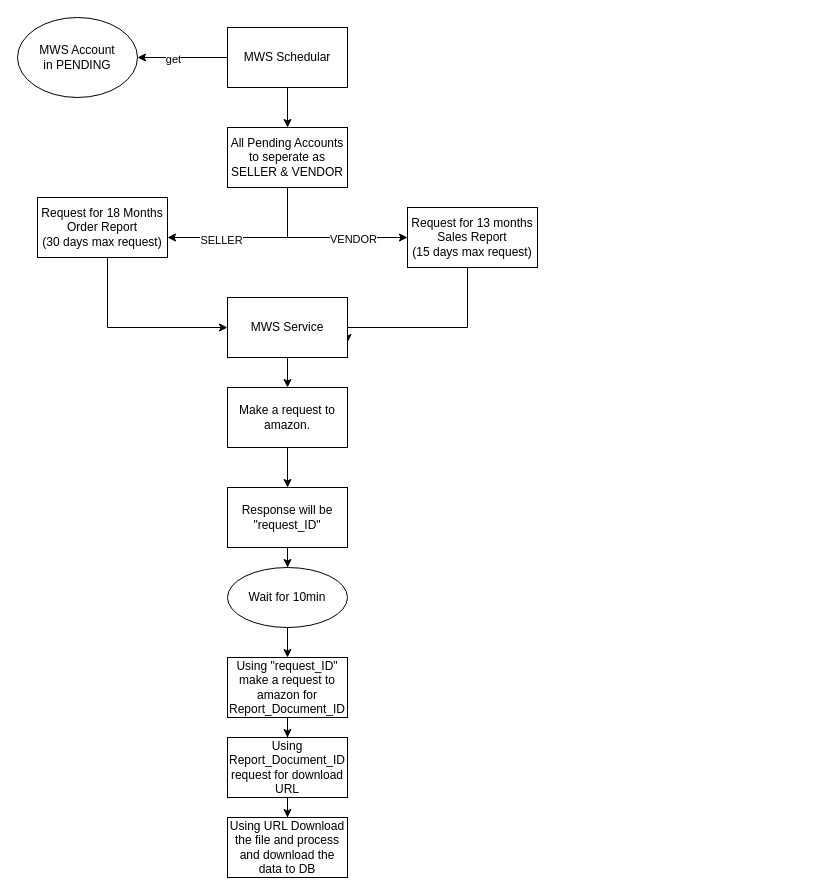
Above: page "Request & Download Report" (3 of 3) of draww/Untitled Diagram.drawio in SharathPrakash/DRAWW.io (draw.io), before the change. Source tidied: cells renumbered, new cells numbered last; positions are measured from the earlier drawing's top-left corner, leaving out a move shared by most shapes. Both pictures are drawn from the tidied source at 100%, with x=0, y=0 at pixel (17, 17).
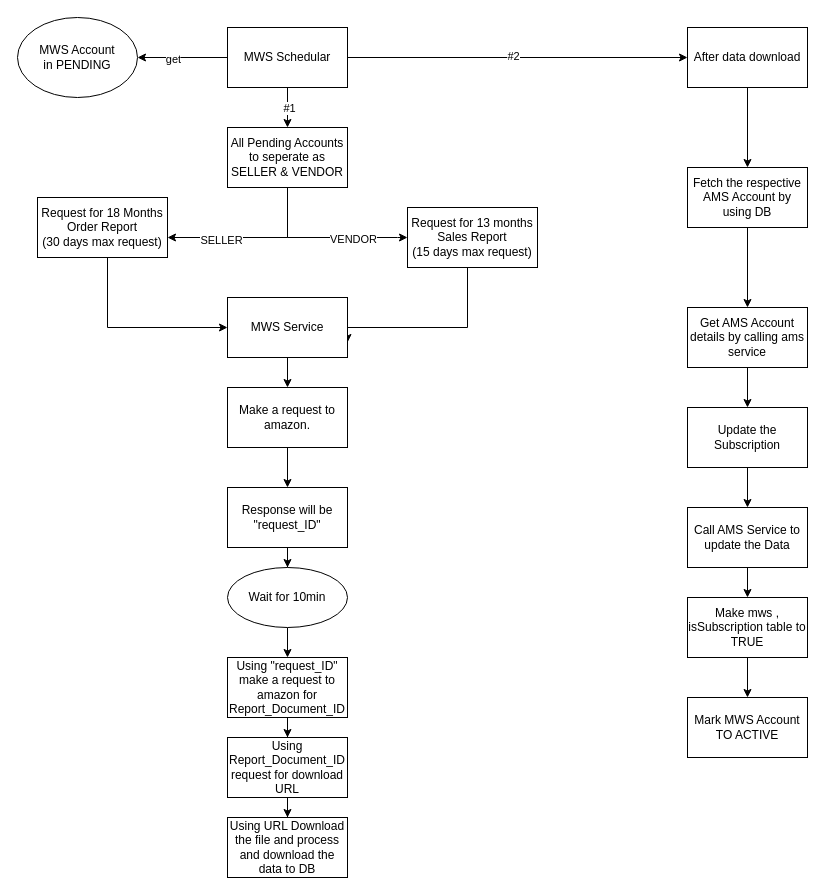
After the change.

The change refers to these unchanged cells:
```xml
<mxCell id="5" style="edgeStyle=orthogonalEdgeStyle;rounded=0;jettySize=auto;html=1;" parent="1" edge="1" source="6" target="11">
  <mxGeometry relative="1" as="geometry" />
</mxCell>
<mxCell id="6" value="MWS Schedular&lt;br&gt;" style="whiteSpace=wrap;html=1;" parent="1" vertex="1">
  <mxGeometry x="210" y="10" width="120" height="60" as="geometry" />
</mxCell>
```

What changed in the source:
```diff
@@
+    <mxCell id="29" value="#1" style="edgeLabel;html=1;align=center;verticalAlign=middle;" parent="5" vertex="1">
+      <mxGeometry y="1" relative="1" as="geometry" />
+    </mxCell>
+    <mxCell id="30" style="edgeStyle=orthogonalEdgeStyle;rounded=0;jettySize=auto;html=1;" parent="1" edge="1" source="6" target="33">
+      <mxGeometry relative="1" as="geometry" />
+    </mxCell>
+    <mxCell id="31" value="#2" style="edgeLabel;html=1;align=center;verticalAlign=middle;" parent="30" vertex="1">
+      <mxGeometry x="-0.03" y="2" relative="1" as="geometry" />
+    </mxCell>
@@
+    <mxCell id="32" style="edgeStyle=orthogonalEdgeStyle;rounded=0;jettySize=auto;html=1;" parent="1" edge="1" source="33" target="35">
+      <mxGeometry relative="1" as="geometry" />
+    </mxCell>
+    <mxCell id="33" value="After data download" style="whiteSpace=wrap;html=1;" parent="1" vertex="1">
+      <mxGeometry x="670" y="10" width="120" height="60" as="geometry" />
+    </mxCell>
+    <mxCell id="34" style="edgeStyle=orthogonalEdgeStyle;rounded=0;jettySize=auto;html=1;" parent="1" edge="1" source="35" target="37">
+      <mxGeometry relative="1" as="geometry" />
+    </mxCell>
+    <mxCell id="35" value="Fetch the respective AMS Account by using DB" style="whiteSpace=wrap;html=1;" parent="1" vertex="1">
+      <mxGeometry x="670" y="150" width="120" height="60" as="geometry" />
+    </mxCell>
+    <mxCell id="36" style="edgeStyle=orthogonalEdgeStyle;rounded=0;jettySize=auto;html=1;" parent="1" edge="1" source="37" target="39">
+      <mxGeometry relative="1" as="geometry" />
+    </mxCell>
+    <mxCell id="37" value="Get AMS Account details by calling ams service" style="whiteSpace=wrap;html=1;" parent="1" vertex="1">
+      <mxGeometry x="670" y="290" width="120" height="60" as="geometry" />
+    </mxCell>
+    <mxCell id="38" style="edgeStyle=orthogonalEdgeStyle;rounded=0;jettySize=auto;html=1;" parent="1" edge="1" source="39" target="41">
+      <mxGeometry relative="1" as="geometry" />
+    </mxCell>
+    <mxCell id="39" value="Update the Subscription" style="whiteSpace=wrap;html=1;" parent="1" vertex="1">
+      <mxGeometry x="670" y="390" width="120" height="60" as="geometry" />
+    </mxCell>
+    <mxCell id="40" style="edgeStyle=orthogonalEdgeStyle;rounded=0;jettySize=auto;html=1;" parent="1" edge="1" source="41" target="43">
+      <mxGeometry relative="1" as="geometry" />
+    </mxCell>
+    <mxCell id="41" value="Call AMS Service to update the Data" style="whiteSpace=wrap;html=1;" parent="1" vertex="1">
+      <mxGeometry x="670" y="490" width="120" height="60" as="geometry" />
+    </mxCell>
+    <mxCell id="42" style="edgeStyle=orthogonalEdgeStyle;rounded=0;jettySize=auto;html=1;" parent="1" edge="1" source="43" target="44">
+      <mxGeometry relative="1" as="geometry" />
+    </mxCell>
+    <mxCell id="43" value="Make mws , isSubscription table to TRUE" style="whiteSpace=wrap;html=1;" parent="1" vertex="1">
+      <mxGeometry x="670" y="580" width="120" height="60" as="geometry" />
+    </mxCell>
+    <mxCell id="44" value="Mark MWS Account TO ACTIVE" style="whiteSpace=wrap;html=1;" parent="1" vertex="1">
+      <mxGeometry x="670" y="680" width="120" height="60" as="geometry" />
+    </mxCell>
```
